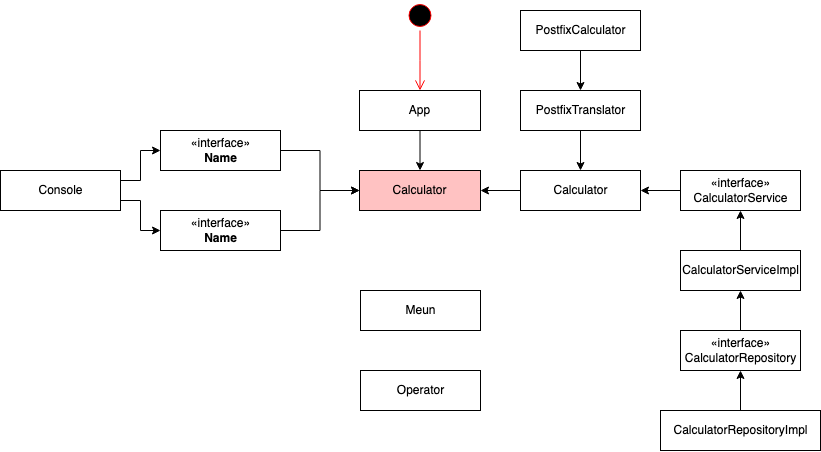
This is UML.png from prgrms-be-devcourse/java-calculator, a draw.io export, as it was before one commit. Source tidied: cells renumbered, new cells last; positions are measured from the earlier drawing's top-left corner, leaving out a move shared by most shapes.
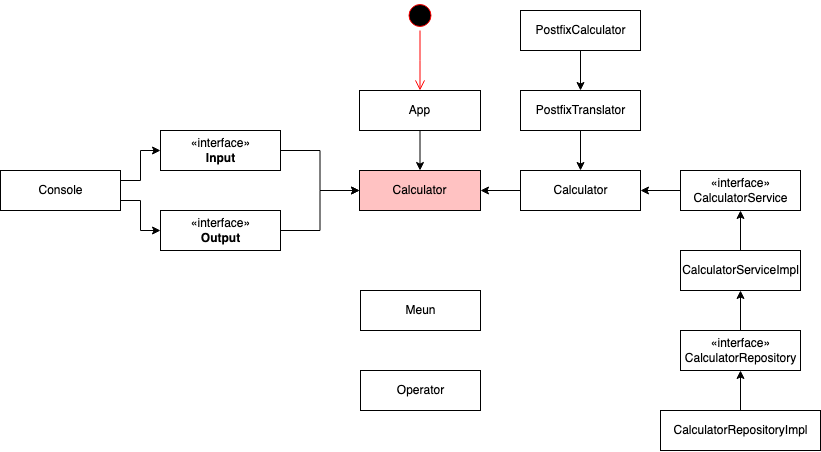
Above is the later version.

Diff of the diagram source:
```diff
@@ -58,13 +58,13 @@
     <mxCell id="17" style="edgeStyle=orthogonalEdgeStyle;rounded=0;jettySize=auto;html=1;exitX=1;exitY=0.5;exitDx=0;exitDy=0;entryX=0;entryY=0.5;entryDx=0;entryDy=0;" parent="1" edge="1" source="18" target="6">
       <mxGeometry relative="1" as="geometry" />
     </mxCell>
-    <mxCell id="18" value="&amp;laquo;interface&amp;raquo;&lt;br&gt;&lt;b&gt;Name&lt;/b&gt;" style="html=1;fillColor=#FFFFFF;" parent="1" vertex="1">
+    <mxCell id="18" value="«interface»&lt;br&gt;&lt;b&gt;Output&lt;/b&gt;" style="html=1;fillColor=#FFFFFF;" parent="1" vertex="1">
       <mxGeometry x="160" y="210" width="120" height="40" as="geometry" />
     </mxCell>
     <mxCell id="19" style="edgeStyle=orthogonalEdgeStyle;rounded=0;jettySize=auto;html=1;exitX=1;exitY=0.5;exitDx=0;exitDy=0;entryX=0;entryY=0.5;entryDx=0;entryDy=0;" parent="1" edge="1" source="20" target="6">
       <mxGeometry relative="1" as="geometry" />
     </mxCell>
-    <mxCell id="20" value="&amp;laquo;interface&amp;raquo;&lt;br&gt;&lt;b&gt;Name&lt;/b&gt;" style="html=1;fillColor=#FFFFFF;" parent="1" vertex="1">
+    <mxCell id="20" value="«interface»&lt;br&gt;&lt;b&gt;Input&lt;/b&gt;" style="html=1;fillColor=#FFFFFF;" parent="1" vertex="1">
       <mxGeometry x="160" y="130" width="120" height="40" as="geometry" />
     </mxCell>
     <mxCell id="21" style="edgeStyle=orthogonalEdgeStyle;rounded=0;jettySize=auto;html=1;exitX=0.5;exitY=0;exitDx=0;exitDy=0;entryX=0.5;entryY=1;entryDx=0;entryDy=0;" parent="1" edge="1" source="22" target="15">
```
